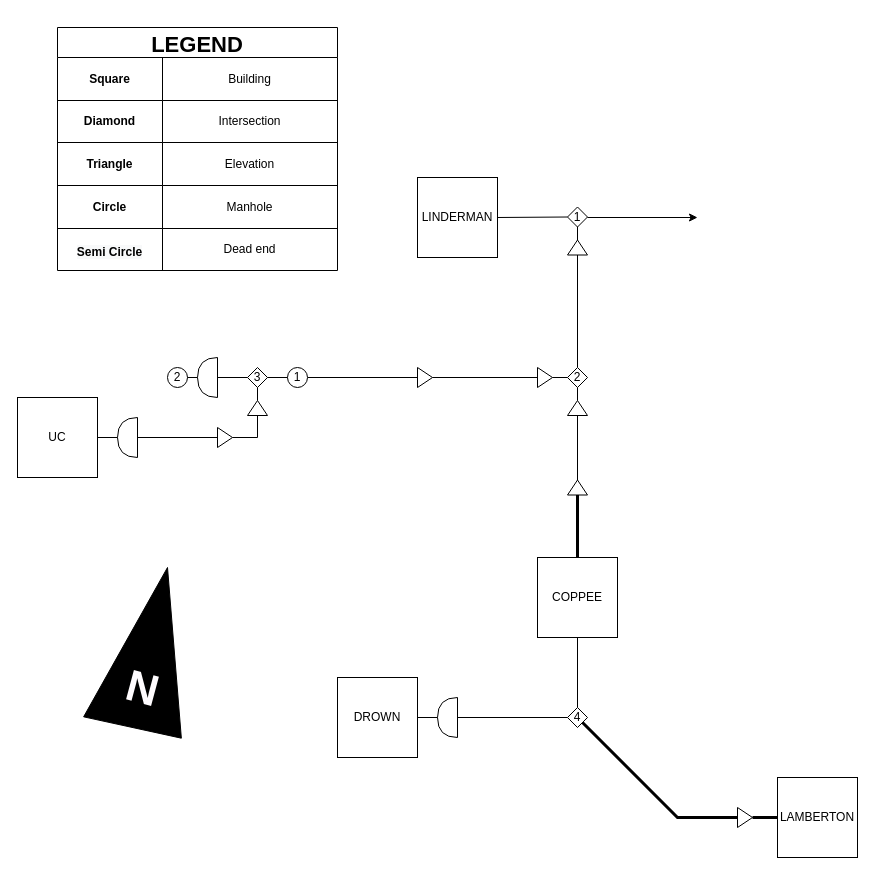
Before: diagram.drawio in shun-ueda/lehigh-stream-tunnel, a draw.io diagram. Source tidied: cells renumbered, new cells numbered last; positions are measured from the earlier drawing's top-left corner, leaving out a move shared by most shapes. Both pictures are drawn from the tidied source at 100%, with x=0, y=0 at pixel (17, 27).
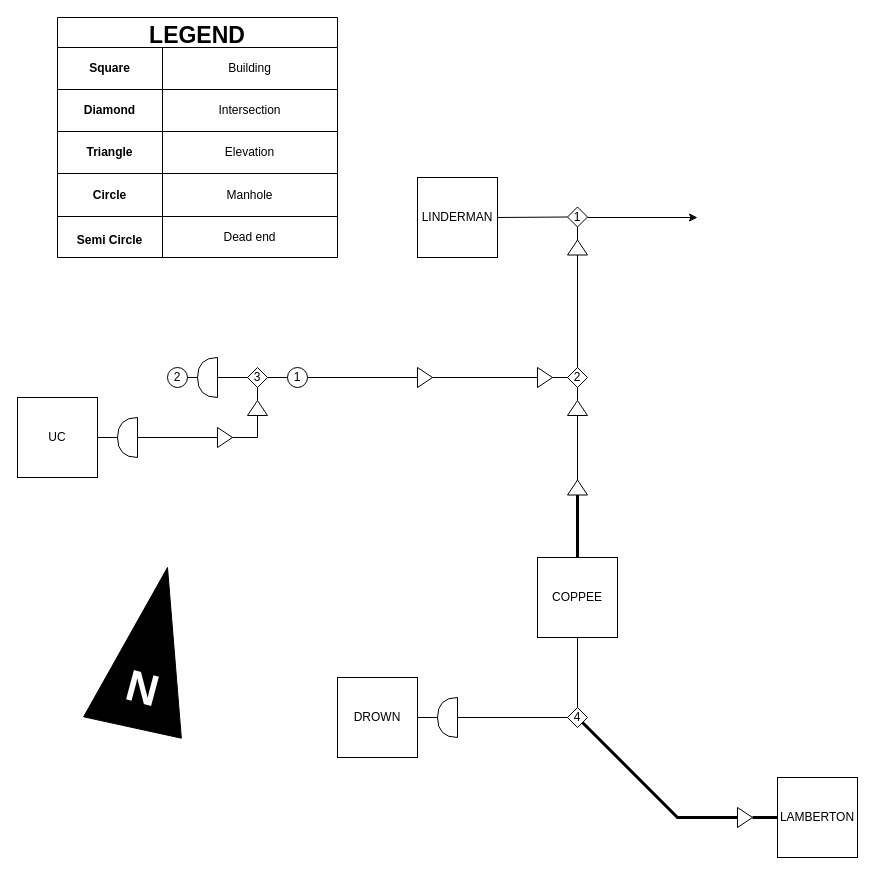
After the change.

Diff of the diagram source:
```diff
@@
-    <mxCell id="26" value="LEGEND" style="shape=table;startSize=30;childLayout=tableLayout;fontStyle=1;align=center;fontSize=22;" parent="1" vertex="1">
-      <mxGeometry x="40" width="280" height="243" as="geometry" />
+    <mxCell id="26" value="LEGEND" style="shape=table;startSize=30;childLayout=tableLayout;fontStyle=1;align=center;fontSize=23;" parent="1" vertex="1">
+      <mxGeometry x="40" y="-10" width="280" height="240" as="geometry" />
     </mxCell>
     <mxCell id="27" style="shape=tableRow;horizontal=0;startSize=0;swimlaneHead=0;swimlaneBody=0;top=0;left=0;bottom=0;right=0;fillColor=none;" parent="26" vertex="1">
-      <mxGeometry y="30" width="280" height="43" as="geometry" />
+      <mxGeometry y="30" width="280" height="42" as="geometry" />
     </mxCell>
     <mxCell id="28" value="Square" style="shape=partialRectangle;html=1;whiteSpace=wrap;fillColor=none;top=0;left=0;bottom=0;right=0;overflow=hidden;fontStyle=1;" parent="27" vertex="1">
-      <mxGeometry width="105" height="43" as="geometry" />
+      <mxGeometry width="105" height="42" as="geometry" />
     </mxCell>
     <mxCell id="29" value="Building" style="shape=partialRectangle;html=1;whiteSpace=wrap;fillColor=none;top=0;left=0;bottom=0;right=0;overflow=hidden;" parent="27" vertex="1">
-      <mxGeometry x="105" width="175" height="43" as="geometry" />
+      <mxGeometry x="105" width="175" height="42" as="geometry" />
     </mxCell>
     <mxCell id="30" style="shape=tableRow;horizontal=0;startSize=0;swimlaneHead=0;swimlaneBody=0;top=0;left=0;bottom=0;right=0;fillColor=none;" parent="26" vertex="1">
-      <mxGeometry y="73" width="280" height="42" as="geometry" />
+      <mxGeometry y="72" width="280" height="42" as="geometry" />
     </mxCell>
@@
     <mxCell id="33" style="shape=tableRow;horizontal=0;startSize=0;swimlaneHead=0;swimlaneBody=0;top=0;left=0;bottom=0;right=0;fillColor=none;" parent="26" vertex="1">
-      <mxGeometry y="115" width="280" height="43" as="geometry" />
+      <mxGeometry y="114" width="280" height="42" as="geometry" />
     </mxCell>
     <mxCell id="34" value="Triangle" style="shape=partialRectangle;html=1;whiteSpace=wrap;fillColor=none;top=0;left=0;bottom=0;right=0;overflow=hidden;fontStyle=1;" parent="33" vertex="1">
-      <mxGeometry width="105" height="43" as="geometry" />
+      <mxGeometry width="105" height="42" as="geometry" />
     </mxCell>
     <mxCell id="35" value="Elevation" style="shape=partialRectangle;html=1;whiteSpace=wrap;fillColor=none;top=0;left=0;bottom=0;right=0;overflow=hidden;" parent="33" vertex="1">
-      <mxGeometry x="105" width="175" height="43" as="geometry" />
+      <mxGeometry x="105" width="175" height="42" as="geometry" />
     </mxCell>
     <mxCell id="36" style="shape=tableRow;horizontal=0;startSize=0;swimlaneHead=0;swimlaneBody=0;top=0;left=0;bottom=0;right=0;fillColor=none;" parent="26" vertex="1">
-      <mxGeometry y="158" width="280" height="43" as="geometry" />
+      <mxGeometry y="156" width="280" height="43" as="geometry" />
     </mxCell>
@@
     <mxCell id="39" style="shape=tableRow;horizontal=0;startSize=0;swimlaneHead=0;swimlaneBody=0;top=0;left=0;bottom=0;right=0;fillColor=none;" parent="26" vertex="1">
-      <mxGeometry y="201" width="280" height="42" as="geometry" />
+      <mxGeometry y="199" width="280" height="41" as="geometry" />
     </mxCell>
     <mxCell id="40" value="&#10;&lt;span style=&quot;color: rgb(0, 0, 0); font-family: Helvetica; font-size: 12px; font-style: normal; font-variant-ligatures: normal; font-variant-caps: normal; letter-spacing: normal; orphans: 2; text-align: center; text-indent: 0px; text-transform: none; widows: 2; word-spacing: 0px; -webkit-text-stroke-width: 0px; background-color: rgb(248, 249, 250); text-decoration-thickness: initial; text-decoration-style: initial; text-decoration-color: initial; float: none; display: inline !important;&quot;&gt;Semi Circle&lt;/span&gt;&#10;&#10;" style="shape=partialRectangle;html=1;whiteSpace=wrap;fillColor=none;top=0;left=0;bottom=0;right=0;overflow=hidden;fontStyle=1;" parent="39" vertex="1">
-      <mxGeometry width="105" height="42" as="geometry" />
+      <mxGeometry width="105" height="41" as="geometry" />
     </mxCell>
     <mxCell id="41" value="Dead end" style="shape=partialRectangle;html=1;whiteSpace=wrap;fillColor=none;top=0;left=0;bottom=0;right=0;overflow=hidden;" parent="39" vertex="1">
-      <mxGeometry x="105" width="175" height="42" as="geometry" />
+      <mxGeometry x="105" width="175" height="41" as="geometry" />
     </mxCell>
```
